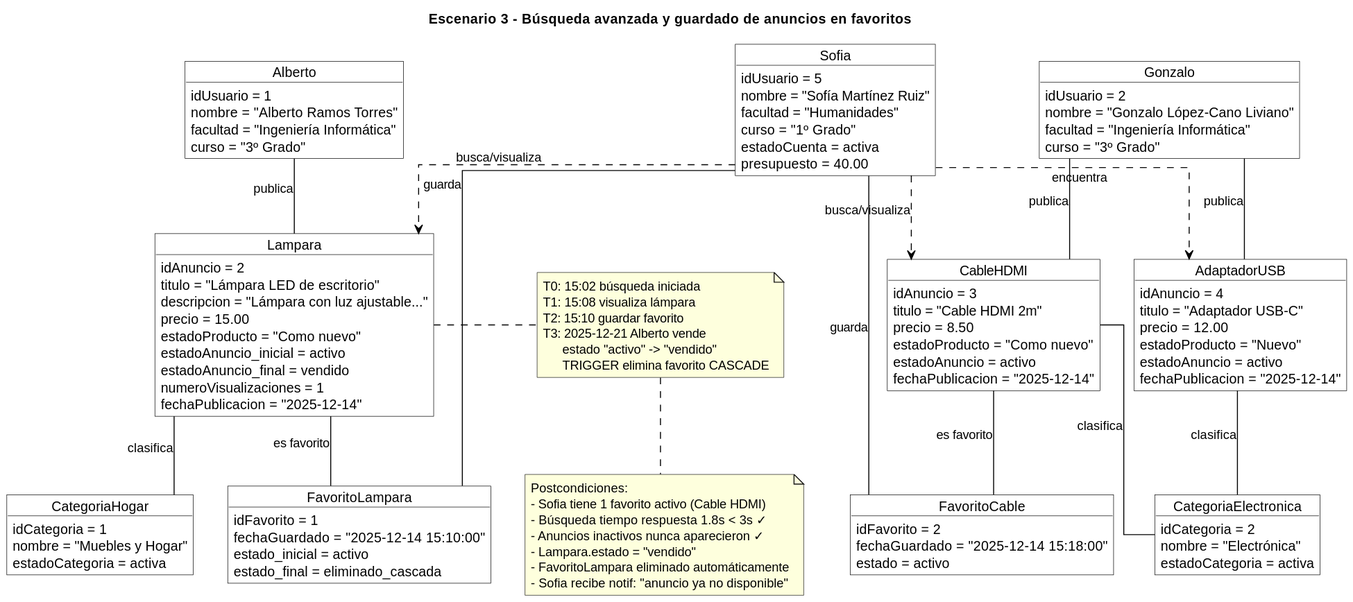
Earlier version of the PlantUML export recursos/Escenario3.svg (NBP6099/WallapopEstudiante).
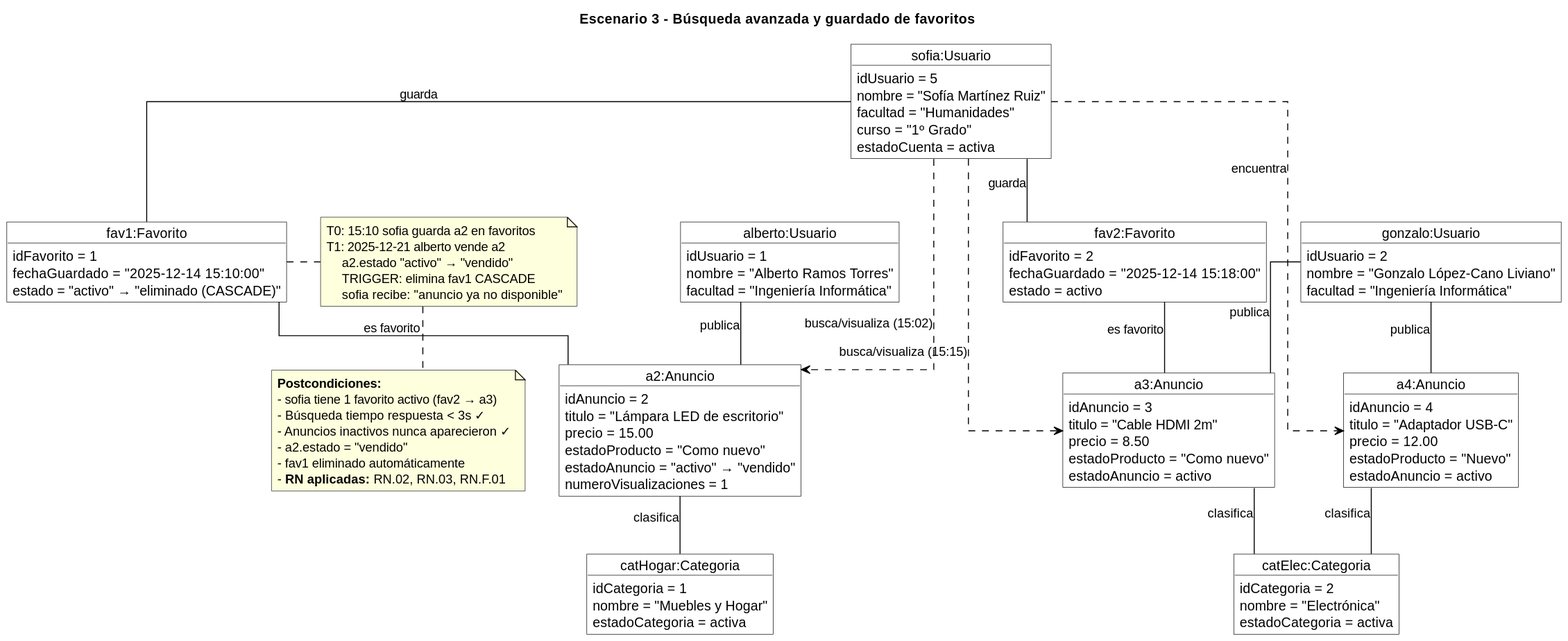
The same file after the commit.

Diff of the diagram source:
```diff
@@ -1,5 +1,5 @@
 @startuml
-title Escenario 3 - Búsqueda avanzada y guardado de anuncios en favoritos
+title Escenario 3 - Búsqueda avanzada y guardado de favoritos
 skinparam classAttributeIconSize 0
 skinparam linetype ortho
 skinparam defaultFontName Helvetica
@@ -8,118 +8,108 @@
 skinparam ArrowColor Black
 skinparam Shadowing false
 
-object Sofia {
+object "sofia:Usuario" as sofia {
   idUsuario = 5
   nombre = "Sofía Martínez Ruiz"
   facultad = "Humanidades"
   curso = "1º Grado"
   estadoCuenta = activa
-  presupuesto = 40.00
 }
 
-object Alberto {
+object "alberto:Usuario" as alberto {
   idUsuario = 1
   nombre = "Alberto Ramos Torres"
   facultad = "Ingeniería Informática"
-  curso = "3º Grado"
 }
 
-object Gonzalo {
+object "gonzalo:Usuario" as gonzalo {
   idUsuario = 2
   nombre = "Gonzalo López-Cano Liviano"
   facultad = "Ingeniería Informática"
-  curso = "3º Grado"
 }
 
-object CategoriaHogar {
+object "catHogar:Categoria" as catHogar {
   idCategoria = 1
   nombre = "Muebles y Hogar"
   estadoCategoria = activa
 }
 
-object CategoriaElectronica {
+object "catElec:Categoria" as catElec {
   idCategoria = 2
   nombre = "Electrónica"
   estadoCategoria = activa
 }
 
-object Lampara {
+object "a2:Anuncio" as a2 {
   idAnuncio = 2
   titulo = "Lámpara LED de escritorio"
-  descripcion = "Lámpara con luz ajustable..."
   precio = 15.00
   estadoProducto = "Como nuevo"
-  estadoAnuncio_inicial = activo
-  estadoAnuncio_final = vendido
+  estadoAnuncio = "activo" → "vendido"
   numeroVisualizaciones = 1
-  fechaPublicacion = "2025-12-14"
 }
 
-object CableHDMI {
+object "a3:Anuncio" as a3 {
   idAnuncio = 3
   titulo = "Cable HDMI 2m"
   precio = 8.50
   estadoProducto = "Como nuevo"
   estadoAnuncio = activo
-  fechaPublicacion = "2025-12-14"
 }
 
-object AdaptadorUSB {
+object "a4:Anuncio" as a4 {
   idAnuncio = 4
   titulo = "Adaptador USB-C"
   precio = 12.00
   estadoProducto = "Nuevo"
   estadoAnuncio = activo
-  fechaPublicacion = "2025-12-14"
 }
 
-object FavoritoLampara {
+object "fav1:Favorito" as fav1 {
   idFavorito = 1
   fechaGuardado = "2025-12-14 15:10:00"
-  estado_inicial = activo
-  estado_final = eliminado_cascada
+  estado = "activo" → "eliminado (CASCADE)"
 }
 
-object FavoritoCable {
+object "fav2:Favorito" as fav2 {
   idFavorito = 2
   fechaGuardado = "2025-12-14 15:18:00"
   estado = activo
 }
 
-Sofia -- FavoritoLampara : guarda
-Sofia -- FavoritoCable : guarda
+sofia -- fav1 : guarda
+sofia -- fav2 : guarda
 
-Lampara -- FavoritoLampara : es favorito
-CableHDMI -- FavoritoCable : es favorito
+fav1 -- a2 : es favorito
+fav2 -- a3 : es favorito
 
-Alberto -- Lampara : publica
-Gonzalo -- CableHDMI : publica
-Gonzalo -- AdaptadorUSB : publica
+alberto -- a2 : publica
+gonzalo -- a3 : publica
+gonzalo -- a4 : publica
 
-Lampara -- CategoriaHogar : clasifica
-CableHDMI -- CategoriaElectronica : clasifica
-AdaptadorUSB -- CategoriaElectronica : clasifica
+a2 -- catHogar : clasifica
+a3 -- catElec : clasifica
+a4 -- catElec : clasifica
 
-Sofia ..> Lampara : busca/visualiza
-Sofia ..> CableHDMI : busca/visualiza
-Sofia ..> AdaptadorUSB : encuentra
+sofia ..> a2 : busca/visualiza (15:02)
+sofia ..> a3 : busca/visualiza (15:15)
+sofia ..> a4 : encuentra
 
-note right of Lampara
-T0: 15:02 búsqueda iniciada
-T1: 15:08 visualiza lámpara
-T2: 15:10 guardar favorito
-T3: 2025-12-21 Alberto vende
-     estado "activo" -> "vendido"
-     TRIGGER elimina favorito CASCADE
+note right of fav1
+T0: 15:10 sofia guarda a2 en favoritos
+T1: 2025-12-21 alberto vende a2
+    a2.estado "activo" → "vendido"
+    TRIGGER: elimina fav1 CASCADE
+    sofia recibe: "anuncio ya no disponible"
 end note
 
 note bottom
-Postcondiciones:
-- Sofia tiene 1 favorito activo (Cable HDMI)
-- Búsqueda tiempo respuesta 1.8s < 3s ✓
+**Postcondiciones:**
+- sofia tiene 1 favorito activo (fav2 → a3)
+- Búsqueda tiempo respuesta < 3s ✓
 - Anuncios inactivos nunca aparecieron ✓
-- Lampara.estado = "vendido"
-- FavoritoLampara eliminado automáticamente
-- Sofia recibe notif: "anuncio ya no disponible"
+- a2.estado = "vendido"
+- fav1 eliminado automáticamente
+- **RN aplicadas:** RN.02, RN.03, RN.F.01
 end note
 @enduml
```
